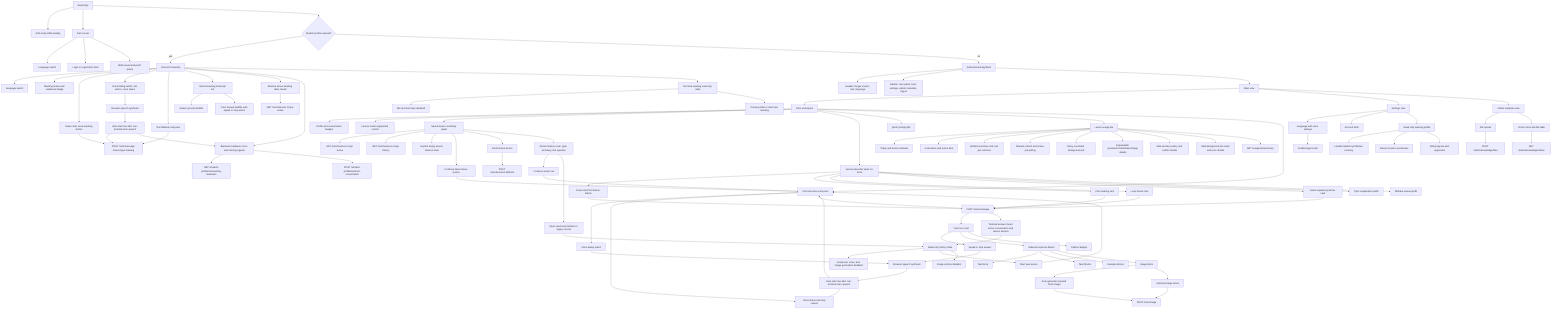
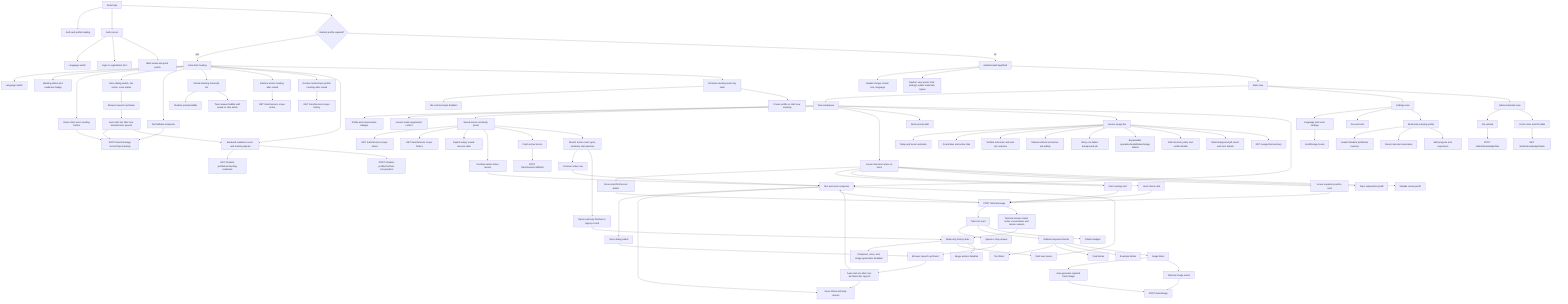
flowchart TB
  App[React App] --> Loading[Auth and profile loading]
  App --> Auth[Auth screen]
  Auth --> AuthLang[Language switch]
  Auth --> AuthForm[Login or registration form]
  Auth --> AuthVisual[Math visual and proof points]

  App --> FirstMeeting{Student profile required?}
  FirstMeeting -->|yes| Meeting[Voice-first meeting]
  Meeting --> MeetingLang[Language switch]
  Meeting --> MeetingStatus[Meeting status and readiness badge]
  Meeting --> VoiceStart[Green start voice meeting button]
  Meeting --> MeetingVoice[Voice dialog switch, mic action, voice status]
  MeetingVoice --> MeetingSpeech[Browser speech synthesis]
  MeetingSpeech --> MeetingAutoMic[Auto-start mic after non-terminal tutor speech]
  Meeting --> TextFallback[Text fallback composer]
  Meeting --> MeetingTranscript[Stored meeting transcript list]
  MeetingTranscript --> StudentBubble[Student prompt bubble]
  MeetingTranscript --> TutorBubble[Tutor answer bubble with speak or stop action]
  Meeting --> MeetingHydration[Restore active meeting after reload]
  MeetingHydration --> ActiveMeetingApi[GET /tutor/lessons scope active]
+   Meeting --> TerminalMeetingHydration[Restore terminal pre-profile meeting after reload]
+   TerminalMeetingHydration --> HistoricalMeetingApi[GET /tutor/lessons scope history]
  Meeting --> MeetingReadiness[Backend readiness score and missing signals]
  MeetingReadiness --> MeetingReadinessApi[GET /student-profile/me/meeting-readiness]
  Meeting --> TerminalMeeting[Terminal meeting read-only state]
  TerminalMeeting --> DisabledMeetingInput[Mic and text input disabled]
  TerminalMeeting --> ProfileOrRestart[Create profile or start new meeting]
  VoiceStart --> MeetingTutorApi[POST /tutor/message lessonType meeting]
  TextFallback --> MeetingTutorApi
  MeetingAutoMic --> MeetingTutorApi
  MeetingAutoMic --> MeetingReadiness
  MeetingReadiness --> ProfileApi[POST /student-profile/me/from-conversation]

  FirstMeeting -->|no| Shell[Authenticated AppShell]
  Shell --> Header[Header: burger, brand, role, language]
  Shell --> Navbar[Navbar: user panel, tutor, settings, admin materials, logout]
  Shell --> Main[Main view]

  Main --> Tutor[Tutor workspace]
  Tutor --> TutorStatus[Profile and conversation badges]
  Tutor --> LessonMode[Lesson mode segmented control]
  Tutor --> LessonHistory[Saved lesson continuity panel]
  LessonHistory --> ActiveHistoryApi[GET /tutor/lessons scope active]
  LessonHistory --> ArchivedHistoryApi[GET /tutor/lessons scope history]
  LessonHistory --> EmptyHistory[Explicit empty saved-lessons state]
  LessonHistory --> ResumeLatest[Continue latest active lesson]
  LessonHistory --> FinishLesson[Finish active lesson]
  FinishLesson --> FinishApi[POST /tutor/lessons/:id/finish]
  LessonHistory --> HistoryRows[Recent lesson rows: goal, summary, last question]
  HistoryRows --> ContinueActive[Continue active row]
  HistoryRows --> OpenRecord[Open read-only finished or legacy record]
  ResumeLatest --> Composer
  ContinueActive --> Composer
  OpenRecord --> ReadOnlyState[Read-only history state]
  ReadOnlyState --> DisabledComposer[Composer, voice, and image generation disabled]
  ReadOnlyState --> NewLessonFromHistory[Start new lesson]
  NewLessonFromHistory --> Composer
  Tutor --> LessonLauncher[Lesson launcher when no turns]
  LessonLauncher --> StartFirst[Green start first lesson button]
  LessonLauncher --> MeetingCard[First meeting card]
  LessonLauncher --> DiagnosticCard[Level check card]
  LessonLauncher --> PracticeCard[Linear equation practice card]
  LessonLauncher --> TopicCard[Topic explanation prefill]
  LessonLauncher --> MistakeCard[Mistake review prefill]
  StartFirst --> TutorApi[POST /tutor/message]
  MeetingCard --> TutorApi
  DiagnosticCard --> TutorApi
  PracticeCard --> TutorApi
  Tutor --> QuickPrompts[Quick prompt pills]
  Tutor --> UsageBar[Lesson usage bar]
  UsageBar --> UsageSummary[Today and lesson estimate]
  UsageBar --> GoalStatus[Goal status and active time]
  UsageBar --> VerifiedOutcome[Verified outcomes and cost per outcome]
  UsageBar --> UsageRefresh[Manual refresh and active-job polling]
  UsageBar --> BackgroundRetry[Retry one failed background job]
  UsageBar --> UsageDetails[Expandable operation/model/token/image details]
  UsageBar --> DecisionDetails[Safe decision policy and verifier details]
  UsageBar --> BackgroundJobDetails[Safe background job result and error details]
  UsageBar --> UsageApi[GET /usage/me/summary]
  Tutor --> Composer[Text and voice composer]
  Composer --> VoiceOutput[Voice dialog switch]
  Composer --> VoiceStatus[Voice status and stop reason]
  VoiceOutput --> SpeechSynthesis[Browser speech synthesis]
  SpeechSynthesis --> AutoMic[Auto-start mic after non-terminal tutor speech]
  AutoMic --> VoiceStatus
  AutoMic --> Composer
  Composer --> TutorApi[POST /tutor/message]
  TutorApi --> TurnCard[Tutor turn card]
  TutorApi --> TerminalBoundary[Terminal answer clears active conversation and lesson session]
  TerminalBoundary --> ReadOnlyState
  TurnCard --> SpeakAction[Speak or stop answer]
  SpeakAction --> SpeechSynthesis
  TurnCard --> Blocks[Ordered response blocks]
  Blocks --> Explanation[Text block]
  Blocks --> Tasks[Task blocks]
  Blocks --> Examples[Example blocks]
  Blocks --> ImageBlock[Image block]
  TurnCard --> Citations[Citation badges]
  ImageBlock --> AutoImage[Auto-generate required fresh image]
  ImageBlock --> ImageAction[Optional image action]
  ReadOnlyState --> ImageDisabled[Image actions disabled]
  AutoImage --> ImageApi
  ImageAction --> ImageApi[POST /tutor/image]

  Main --> Settings[Settings view]
  Settings --> Interface[Language and voice settings]
  Settings --> Account[Account facts]
  Settings --> Profile[Read-only learning profile]
  Interface --> LocaleStore[localStorage locale]
  Profile --> ProfileMemory[Loaded /student-profile/me memory]
  Profile --> SessionMemory[Recent session summaries]
  Profile --> SkillMemory[Skill progress and regression]

  Main --> Knowledge[Admin materials view]
  Knowledge --> Upload[File upload]
  Knowledge --> Status[Vector store and file table]
  Upload --> KnowledgeApi[POST /admin/knowledge/files]
  Status --> StatusApi[GET /admin/knowledge/status]
